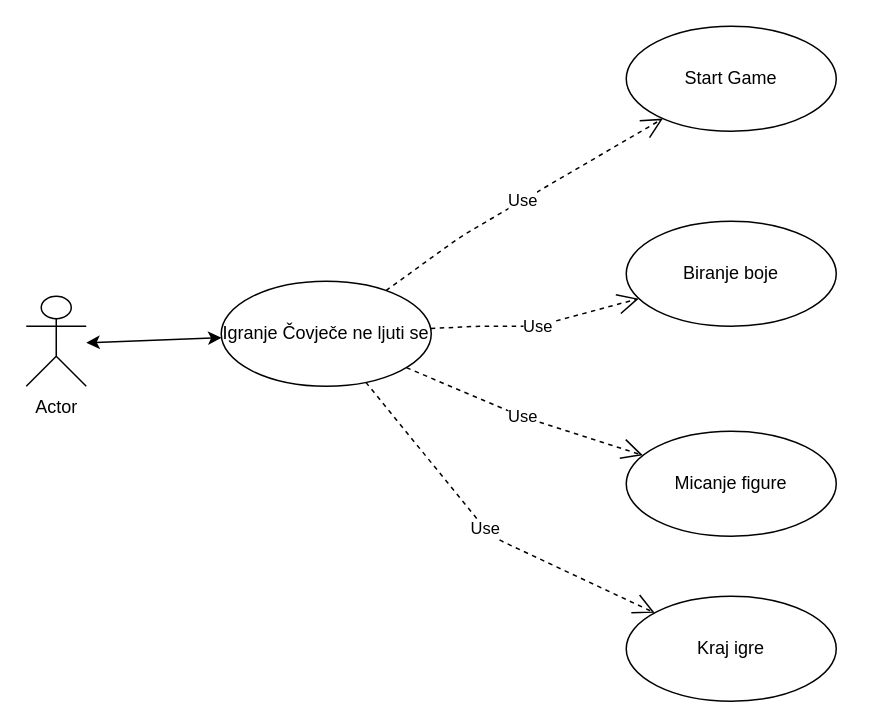
Above: page "UseCase:Igranje Covjeceneljutise" (1 of 6) of dijagram.drawio in andjelapehar/Covjece-ne-ljuti-se (draw.io), before the change. Source tidied: cells renumbered, new cells numbered last; positions are measured from the earlier drawing's top-left corner, leaving out a move shared by most shapes. Both pictures are drawn from the tidied source at 150%, with x=0, y=0 at pixel (26, 26).
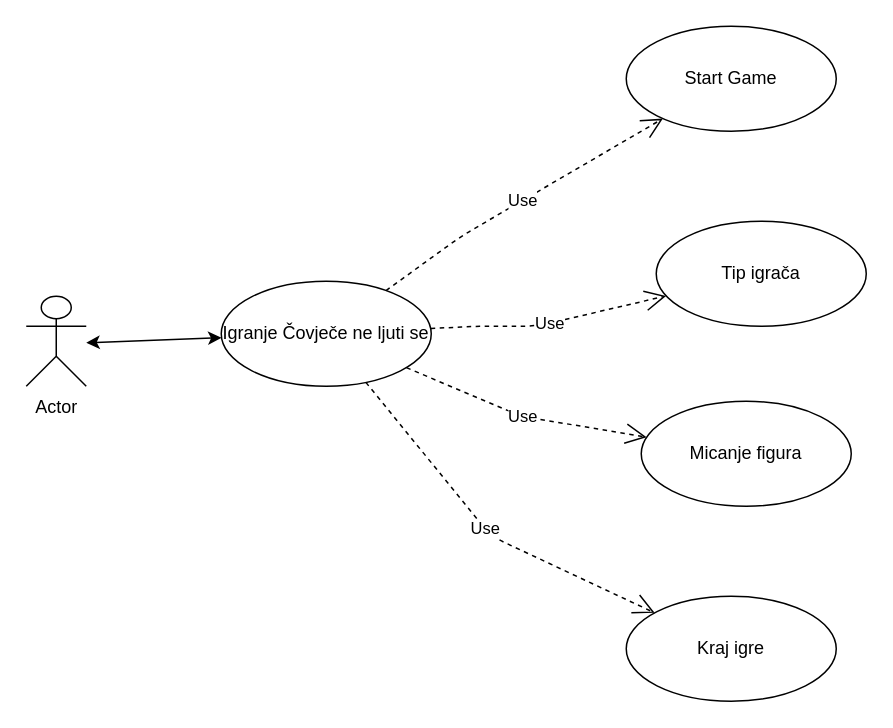
After the change.

Diff of the diagram source:
```diff
@@
 <mxGraphModel>
   <root>
     <mxCell id="0" />
     <mxCell id="1" parent="0" />
     <mxCell id="2" value="Actor" style="shape=umlActor;verticalLabelPosition=bottom;verticalAlign=top;html=1;" parent="1" vertex="1">
       <mxGeometry y="180" width="40" height="60" as="geometry" />
     </mxCell>
     <mxCell id="3" value="Igranje Čovječe ne ljuti se" style="ellipse;whiteSpace=wrap;html=1;" parent="1" vertex="1">
       <mxGeometry x="130" y="170" width="140" height="70" as="geometry" />
     </mxCell>
     <mxCell id="4" style="endArrow=classic;startArrow=classic;html=1;" parent="1" edge="1" source="3">
       <mxGeometry relative="1" as="geometry">
         <mxPoint x="40" y="211" as="targetPoint" />
       </mxGeometry>
     </mxCell>
     <mxCell id="5" value="Start Game" style="ellipse;whiteSpace=wrap;html=1;" parent="1" vertex="1">
       <mxGeometry x="400" width="140" height="70" as="geometry" />
     </mxCell>
-    <mxCell id="6" value="Biranje boje" style="ellipse;whiteSpace=wrap;html=1;" parent="1" vertex="1">
-      <mxGeometry x="400" y="130" width="140" height="70" as="geometry" />
+    <mxCell id="6" value="Tip igrača" style="ellipse;whiteSpace=wrap;html=1;" parent="1" vertex="1">
+      <mxGeometry x="420" y="130" width="140" height="70" as="geometry" />
     </mxCell>
-    <mxCell id="7" value="Micanje figure" style="ellipse;whiteSpace=wrap;html=1;" parent="1" vertex="1">
-      <mxGeometry x="400" y="270" width="140" height="70" as="geometry" />
+    <mxCell id="7" value="Micanje figura" style="ellipse;whiteSpace=wrap;html=1;" parent="1" vertex="1">
+      <mxGeometry x="410" y="250" width="140" height="70" as="geometry" />
     </mxCell>
     <mxCell id="8" value="Kraj igre" style="ellipse;whiteSpace=wrap;html=1;" parent="1" vertex="1">
       <mxGeometry x="400" y="380" width="140" height="70" as="geometry" />
     </mxCell>
     <mxCell id="9" value="Use" style="endArrow=open;endSize=12;dashed=1;html=1;" parent="1" edge="1" source="3" target="5">
       <mxGeometry relative="1" as="geometry">
         <Array as="points">
           <mxPoint x="290" y="140" />
         </Array>
       </mxGeometry>
     </mxCell>
     <mxCell id="10" value="Use" style="endArrow=open;endSize=12;dashed=1;html=1;" parent="1" edge="1" source="3" target="6">
       <mxGeometry relative="1" as="geometry">
         <Array as="points">
           <mxPoint x="300" y="200" />
           <mxPoint x="340" y="200" />
         </Array>
       </mxGeometry>
     </mxCell>
     <mxCell id="11" value="Use" style="endArrow=open;endSize=12;dashed=1;html=1;" parent="1" edge="1" source="3" target="7">
       <mxGeometry relative="1" as="geometry">
         <Array as="points">
           <mxPoint x="330" y="260" />
         </Array>
       </mxGeometry>
     </mxCell>
     <mxCell id="12" value="Use" style="endArrow=open;endSize=12;dashed=1;html=1;" parent="1" edge="1" source="3" target="8">
       <mxGeometry relative="1" as="geometry">
         <Array as="points">
           <mxPoint x="310" y="340" />
         </Array>
       </mxGeometry>
     </mxCell>
   </root>
 </mxGraphModel>
```
